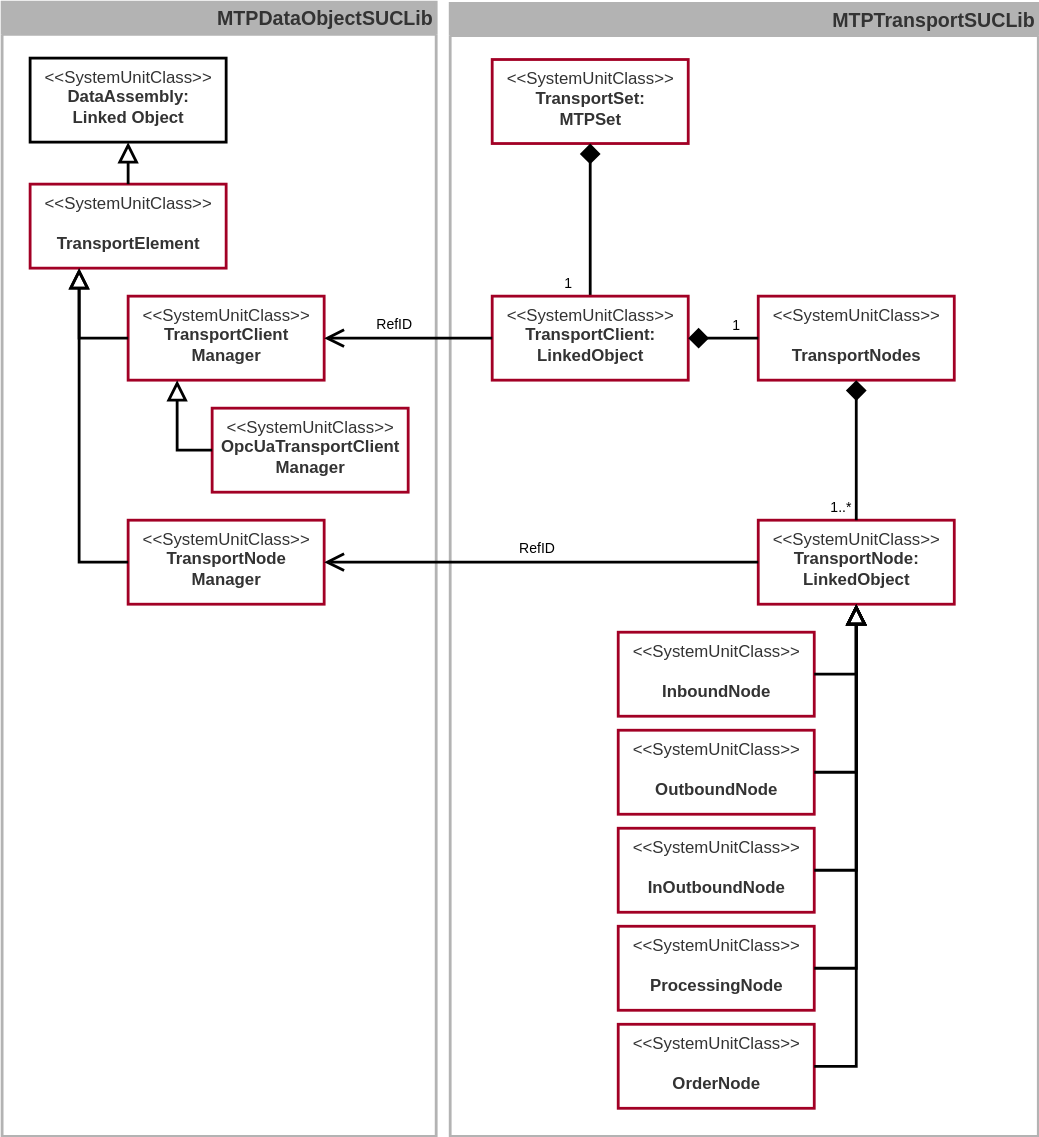
Earlier version of the draw.io export 12_Transport_Aspect/Fig_12.1_SUCs_TransportSet.svg (Blumi102/MTP4Logistics). Source tidied: cells renumbered, new cells last; positions are measured from the earlier drawing's top-left corner, leaving out a move shared by most shapes. Its diagram source:
```xml
<mxGraphModel background="#FFFFFF">
  <root>
    <mxCell id="0" />
    <mxCell id="1" parent="0" />
    <mxCell id="2" value="&lt;font style=&quot;font-size: 14px;&quot;&gt;MTPTransportSUCLib&lt;/font&gt;" style="swimlane;whiteSpace=wrap;html=1;strokeColor=#B3B3B3;fontColor=#333333;fillColor=#B3B3B3;align=right;strokeWidth=2;" parent="1" vertex="1">
      <mxGeometry x="320" y="1" width="420" height="809" as="geometry" />
    </mxCell>
    <mxCell id="3" value="&amp;lt;&amp;lt;SystemUnitClass&amp;gt;&amp;gt;&lt;br&gt;&lt;b&gt;TransportSet:&lt;br&gt;MTPSet&lt;br&gt;&lt;/b&gt;" style="fontStyle=0;align=center;verticalAlign=top;horizontal=1;startSize=70;html=1;rounded=0;fillColor=#FFFFFF;fontColor=#333333;strokeColor=#a20025;strokeWidth=2;" parent="2" vertex="1">
      <mxGeometry x="30" y="40" width="140" height="60" as="geometry" />
    </mxCell>
    <mxCell id="4" value="1" style="endArrow=diamond;html=1;endSize=10;startArrow=none;startSize=14;startFill=0;edgeStyle=orthogonalEdgeStyle;align=left;verticalAlign=bottom;rounded=0;labelBackgroundColor=none;strokeColor=#000000;strokeWidth=2;fontSize=10;fontColor=#000000;endFill=1;entryX=0.5;entryY=1;entryDx=0;entryDy=0;exitX=0.5;exitY=0;exitDx=0;exitDy=0;" parent="2" edge="1" source="5" target="3">
      <mxGeometry x="-1" y="20" relative="1" as="geometry" />
    </mxCell>
    <mxCell id="5" value="&amp;lt;&amp;lt;SystemUnitClass&amp;gt;&amp;gt;&lt;br&gt;&lt;b&gt;TransportClient:&lt;br&gt;LinkedObject&lt;br&gt;&lt;/b&gt;" style="fontStyle=0;align=center;verticalAlign=top;horizontal=1;startSize=70;html=1;rounded=0;fillColor=#FFFFFF;fontColor=#333333;strokeColor=#a20025;strokeWidth=2;" parent="2" vertex="1">
      <mxGeometry x="30" y="209" width="140" height="60" as="geometry" />
    </mxCell>
    <mxCell id="6" value="&amp;lt;&amp;lt;SystemUnitClass&amp;gt;&amp;gt;&lt;br&gt;&lt;b&gt;TransportNode:&lt;br&gt;LinkedObject&lt;br&gt;&lt;/b&gt;" style="fontStyle=0;align=center;verticalAlign=top;horizontal=1;startSize=70;html=1;rounded=0;fillColor=#FFFFFF;fontColor=#333333;strokeColor=#a20025;strokeWidth=2;" parent="2" vertex="1">
      <mxGeometry x="220" y="369" width="140" height="60" as="geometry" />
    </mxCell>
    <mxCell id="7" value="&amp;lt;&amp;lt;SystemUnitClass&amp;gt;&amp;gt;&lt;br&gt;&lt;br&gt;&lt;b&gt;InboundNode&lt;/b&gt;" style="fontStyle=0;align=center;verticalAlign=top;horizontal=1;startSize=70;html=1;rounded=0;fillColor=#FFFFFF;fontColor=#333333;strokeColor=#a20025;strokeWidth=2;" parent="2" vertex="1">
      <mxGeometry x="120" y="449" width="140" height="60" as="geometry" />
    </mxCell>
    <mxCell id="8" value="&amp;lt;&amp;lt;SystemUnitClass&amp;gt;&amp;gt;&lt;br&gt;&lt;br&gt;&lt;b&gt;OutboundNode&lt;/b&gt;" style="fontStyle=0;align=center;verticalAlign=top;horizontal=1;startSize=70;html=1;rounded=0;fillColor=#FFFFFF;fontColor=#333333;strokeColor=#a20025;strokeWidth=2;" parent="2" vertex="1">
      <mxGeometry x="120" y="519" width="140" height="60" as="geometry" />
    </mxCell>
    <mxCell id="9" value="&amp;lt;&amp;lt;SystemUnitClass&amp;gt;&amp;gt;&lt;br&gt;&lt;br&gt;&lt;b&gt;InOutboundNode&lt;/b&gt;" style="fontStyle=0;align=center;verticalAlign=top;horizontal=1;startSize=70;html=1;rounded=0;fillColor=#FFFFFF;fontColor=#333333;strokeColor=#a20025;strokeWidth=2;" parent="2" vertex="1">
      <mxGeometry x="120" y="589" width="140" height="60" as="geometry" />
    </mxCell>
    <mxCell id="10" value="&amp;lt;&amp;lt;SystemUnitClass&amp;gt;&amp;gt;&lt;br&gt;&lt;br&gt;&lt;b&gt;ProcessingNode&lt;/b&gt;" style="fontStyle=0;align=center;verticalAlign=top;horizontal=1;startSize=70;html=1;rounded=0;fillColor=#FFFFFF;fontColor=#333333;strokeColor=#a20025;strokeWidth=2;" parent="2" vertex="1">
      <mxGeometry x="120" y="659" width="140" height="60" as="geometry" />
    </mxCell>
    <mxCell id="11" value="&amp;lt;&amp;lt;SystemUnitClass&amp;gt;&amp;gt;&lt;br&gt;&lt;br&gt;&lt;b&gt;OrderNode&lt;/b&gt;" style="fontStyle=0;align=center;verticalAlign=top;horizontal=1;startSize=70;html=1;rounded=0;fillColor=#FFFFFF;fontColor=#333333;strokeColor=#a20025;strokeWidth=2;" parent="2" vertex="1">
      <mxGeometry x="120" y="729" width="140" height="60" as="geometry" />
    </mxCell>
    <mxCell id="12" style="endArrow=none;endSize=10;endFill=0;html=1;fontSize=10;strokeColor=#000000;entryX=1;entryY=0.5;entryDx=0;entryDy=0;rounded=0;strokeWidth=2;edgeStyle=orthogonalEdgeStyle;startArrow=block;startFill=0;startSize=10;" parent="2" edge="1" target="7">
      <mxGeometry x="0.25" y="20" relative="1" as="geometry">
        <mxPoint x="290" y="429" as="sourcePoint" />
        <Array as="points">
          <mxPoint x="290" y="479" />
        </Array>
      </mxGeometry>
    </mxCell>
    <mxCell id="13" value="&amp;lt;&amp;lt;SystemUnitClass&amp;gt;&amp;gt;&lt;br&gt;&lt;b&gt;&lt;br&gt;TransportNodes&lt;/b&gt;" style="fontStyle=0;align=center;verticalAlign=top;horizontal=1;startSize=70;html=1;rounded=0;fillColor=#FFFFFF;fontColor=#333333;strokeColor=#a20025;strokeWidth=2;" parent="2" vertex="1">
      <mxGeometry x="220" y="209" width="140" height="60" as="geometry" />
    </mxCell>
    <mxCell id="14" value="1" style="endArrow=diamond;html=1;endSize=10;startArrow=none;startSize=14;startFill=0;edgeStyle=orthogonalEdgeStyle;align=left;verticalAlign=bottom;rounded=0;labelBackgroundColor=none;strokeColor=#000000;strokeWidth=2;fontSize=10;fontColor=#000000;endFill=1;entryX=1;entryY=0.5;entryDx=0;entryDy=0;exitX=0;exitY=0.5;exitDx=0;exitDy=0;" parent="2" edge="1" target="5">
      <mxGeometry x="-0.2" relative="1" as="geometry">
        <mxPoint x="220" y="239" as="sourcePoint" />
      </mxGeometry>
    </mxCell>
    <mxCell id="15" value="1..*" style="endArrow=diamond;html=1;endSize=10;startArrow=none;startSize=14;startFill=0;edgeStyle=orthogonalEdgeStyle;align=left;verticalAlign=bottom;rounded=0;labelBackgroundColor=none;strokeColor=#000000;strokeWidth=2;fontSize=10;fontColor=#000000;endFill=1;exitX=0.5;exitY=0;exitDx=0;exitDy=0;entryX=0.5;entryY=1;entryDx=0;entryDy=0;" parent="2" edge="1" source="6" target="13">
      <mxGeometry x="-1" y="20" relative="1" as="geometry" />
    </mxCell>
    <mxCell id="16" style="endArrow=none;endSize=10;endFill=0;html=1;fontSize=10;strokeColor=#000000;entryX=1;entryY=0.5;entryDx=0;entryDy=0;rounded=0;strokeWidth=2;edgeStyle=orthogonalEdgeStyle;startArrow=block;startFill=0;startSize=10;" parent="2" edge="1" target="8">
      <mxGeometry x="0.25" y="20" relative="1" as="geometry">
        <mxPoint x="290" y="429" as="sourcePoint" />
        <Array as="points">
          <mxPoint x="290" y="549" />
        </Array>
      </mxGeometry>
    </mxCell>
    <mxCell id="17" style="endArrow=none;endSize=10;endFill=0;html=1;fontSize=10;strokeColor=#000000;entryX=1;entryY=0.5;entryDx=0;entryDy=0;rounded=0;strokeWidth=2;edgeStyle=orthogonalEdgeStyle;startArrow=block;startFill=0;startSize=10;" parent="2" edge="1" target="9">
      <mxGeometry x="0.25" y="20" relative="1" as="geometry">
        <mxPoint x="290" y="429" as="sourcePoint" />
        <Array as="points">
          <mxPoint x="290" y="619" />
        </Array>
      </mxGeometry>
    </mxCell>
    <mxCell id="18" style="endArrow=none;endSize=10;endFill=0;html=1;fontSize=10;strokeColor=#000000;entryX=1;entryY=0.5;entryDx=0;entryDy=0;rounded=0;strokeWidth=2;edgeStyle=orthogonalEdgeStyle;startArrow=block;startFill=0;startSize=10;" parent="2" edge="1" target="10">
      <mxGeometry x="0.25" y="20" relative="1" as="geometry">
        <mxPoint x="290" y="429" as="sourcePoint" />
        <Array as="points">
          <mxPoint x="290" y="689" />
        </Array>
      </mxGeometry>
    </mxCell>
    <mxCell id="19" style="endArrow=none;endSize=10;endFill=0;html=1;fontSize=10;strokeColor=#000000;entryX=1;entryY=0.5;entryDx=0;entryDy=0;rounded=0;strokeWidth=2;edgeStyle=orthogonalEdgeStyle;startArrow=block;startFill=0;startSize=10;exitX=0.5;exitY=1;exitDx=0;exitDy=0;" parent="2" edge="1" source="6" target="11">
      <mxGeometry x="0.25" y="20" relative="1" as="geometry">
        <Array as="points">
          <mxPoint x="290" y="759" />
        </Array>
      </mxGeometry>
    </mxCell>
    <mxCell id="20" value="&lt;font style=&quot;font-size: 14px;&quot;&gt;MTPDataObjectSUCLib&lt;/font&gt;" style="swimlane;whiteSpace=wrap;html=1;strokeColor=#B3B3B3;fontColor=#333333;fillColor=#B3B3B3;align=right;strokeWidth=2;" parent="1" vertex="1">
      <mxGeometry width="310" height="810" as="geometry" />
    </mxCell>
    <mxCell id="21" value="&amp;lt;&amp;lt;SystemUnitClass&amp;gt;&amp;gt;&lt;br&gt;&lt;b&gt;DataAssembly:&lt;br&gt;Linked Object&lt;/b&gt;" style="fontStyle=0;align=center;verticalAlign=top;horizontal=1;startSize=70;html=1;rounded=0;fillColor=#FFFFFF;fontColor=#333333;strokeColor=#000000;strokeWidth=2;" parent="20" vertex="1">
      <mxGeometry x="20" y="40" width="140" height="60" as="geometry" />
    </mxCell>
    <mxCell id="22" value="&amp;lt;&amp;lt;SystemUnitClass&amp;gt;&amp;gt;&lt;br&gt;&lt;b&gt;TransportClient&lt;br&gt;Manager&lt;br&gt;&lt;/b&gt;" style="fontStyle=0;align=center;verticalAlign=top;horizontal=1;startSize=70;html=1;rounded=0;fillColor=#FFFFFF;fontColor=#333333;strokeColor=#a20025;strokeWidth=2;" parent="20" vertex="1">
      <mxGeometry x="90" y="210" width="140" height="60" as="geometry" />
    </mxCell>
    <mxCell id="23" value="&amp;lt;&amp;lt;SystemUnitClass&amp;gt;&amp;gt;&lt;br&gt;&lt;b&gt;TransportNode&lt;br&gt;Manager&lt;br&gt;&lt;/b&gt;" style="fontStyle=0;align=center;verticalAlign=top;horizontal=1;startSize=70;html=1;rounded=0;fillColor=#FFFFFF;fontColor=#333333;strokeColor=#a20025;strokeWidth=2;" parent="20" vertex="1">
      <mxGeometry x="90" y="370" width="140" height="60" as="geometry" />
    </mxCell>
    <mxCell id="24" value="&amp;lt;&amp;lt;SystemUnitClass&amp;gt;&amp;gt;&lt;br&gt;&lt;b&gt;&lt;br&gt;TransportElement&lt;/b&gt;" style="fontStyle=0;align=center;verticalAlign=top;horizontal=1;startSize=70;html=1;rounded=0;fillColor=#FFFFFF;fontColor=#333333;strokeColor=#a20025;strokeWidth=2;" parent="20" vertex="1">
      <mxGeometry x="20" y="130" width="140" height="60" as="geometry" />
    </mxCell>
    <mxCell id="25" style="endArrow=block;endSize=10;endFill=0;html=1;fontSize=10;strokeColor=#000000;entryX=0.5;entryY=1;entryDx=0;entryDy=0;rounded=0;exitX=0.5;exitY=0;exitDx=0;exitDy=0;strokeWidth=2;" parent="20" edge="1" source="24" target="21">
      <mxGeometry x="0.25" y="20" relative="1" as="geometry" />
    </mxCell>
    <mxCell id="26" style="endArrow=block;endSize=10;endFill=0;html=1;fontSize=10;strokeColor=#000000;rounded=0;exitX=0;exitY=0.5;exitDx=0;exitDy=0;strokeWidth=2;edgeStyle=orthogonalEdgeStyle;entryX=0.25;entryY=1;entryDx=0;entryDy=0;" parent="20" edge="1" source="23" target="24">
      <mxGeometry x="0.25" y="20" relative="1" as="geometry">
        <Array as="points">
          <mxPoint x="55" y="400" />
        </Array>
      </mxGeometry>
    </mxCell>
    <mxCell id="27" style="endArrow=block;endSize=10;endFill=0;html=1;fontSize=10;strokeColor=#000000;rounded=0;exitX=0;exitY=0.5;exitDx=0;exitDy=0;strokeWidth=2;edgeStyle=orthogonalEdgeStyle;entryX=0.25;entryY=1;entryDx=0;entryDy=0;" parent="20" edge="1" source="22" target="24">
      <mxGeometry x="0.25" y="20" relative="1" as="geometry">
        <Array as="points">
          <mxPoint x="55" y="240" />
        </Array>
      </mxGeometry>
    </mxCell>
    <mxCell id="28" value="&amp;lt;&amp;lt;SystemUnitClass&amp;gt;&amp;gt;&lt;br&gt;&lt;b&gt;OpcUaTransportClient&lt;br&gt;Manager&lt;br&gt;&lt;/b&gt;" style="fontStyle=0;align=center;verticalAlign=top;horizontal=1;startSize=70;html=1;rounded=0;fillColor=#FFFFFF;fontColor=#333333;strokeColor=#a20025;strokeWidth=2;" parent="20" vertex="1">
      <mxGeometry x="150" y="290" width="140" height="60" as="geometry" />
    </mxCell>
    <mxCell id="29" style="endArrow=block;endSize=10;endFill=0;html=1;fontSize=10;strokeColor=#000000;rounded=0;exitX=0;exitY=0.5;exitDx=0;exitDy=0;strokeWidth=2;edgeStyle=orthogonalEdgeStyle;entryX=0.25;entryY=1;entryDx=0;entryDy=0;" parent="20" edge="1" source="28" target="22">
      <mxGeometry x="0.25" y="20" relative="1" as="geometry">
        <Array as="points">
          <mxPoint x="125" y="320" />
        </Array>
      </mxGeometry>
    </mxCell>
    <mxCell id="30" value="RefID" style="endArrow=open;endSize=10;endFill=0;html=1;fontSize=10;strokeColor=#000000;entryX=1;entryY=0.5;entryDx=0;entryDy=0;rounded=0;exitX=0;exitY=0.5;exitDx=0;exitDy=0;strokeWidth=2;labelBackgroundColor=#FFFFFF;fontColor=#000000;" parent="1" edge="1" source="5" target="22">
      <mxGeometry x="0.17" y="-10" relative="1" as="geometry" />
    </mxCell>
    <mxCell id="31" value="RefID" style="endArrow=open;endSize=10;endFill=0;html=1;fontSize=10;strokeColor=#000000;entryX=1;entryY=0.5;entryDx=0;entryDy=0;rounded=0;strokeWidth=2;labelBackgroundColor=#FFFFFF;fontColor=#000000;exitX=0;exitY=0.5;exitDx=0;exitDy=0;" parent="1" edge="1" target="23">
      <mxGeometry x="0.02" y="-10" relative="1" as="geometry">
        <mxPoint x="540" y="400" as="sourcePoint" />
      </mxGeometry>
    </mxCell>
  </root>
</mxGraphModel>
```
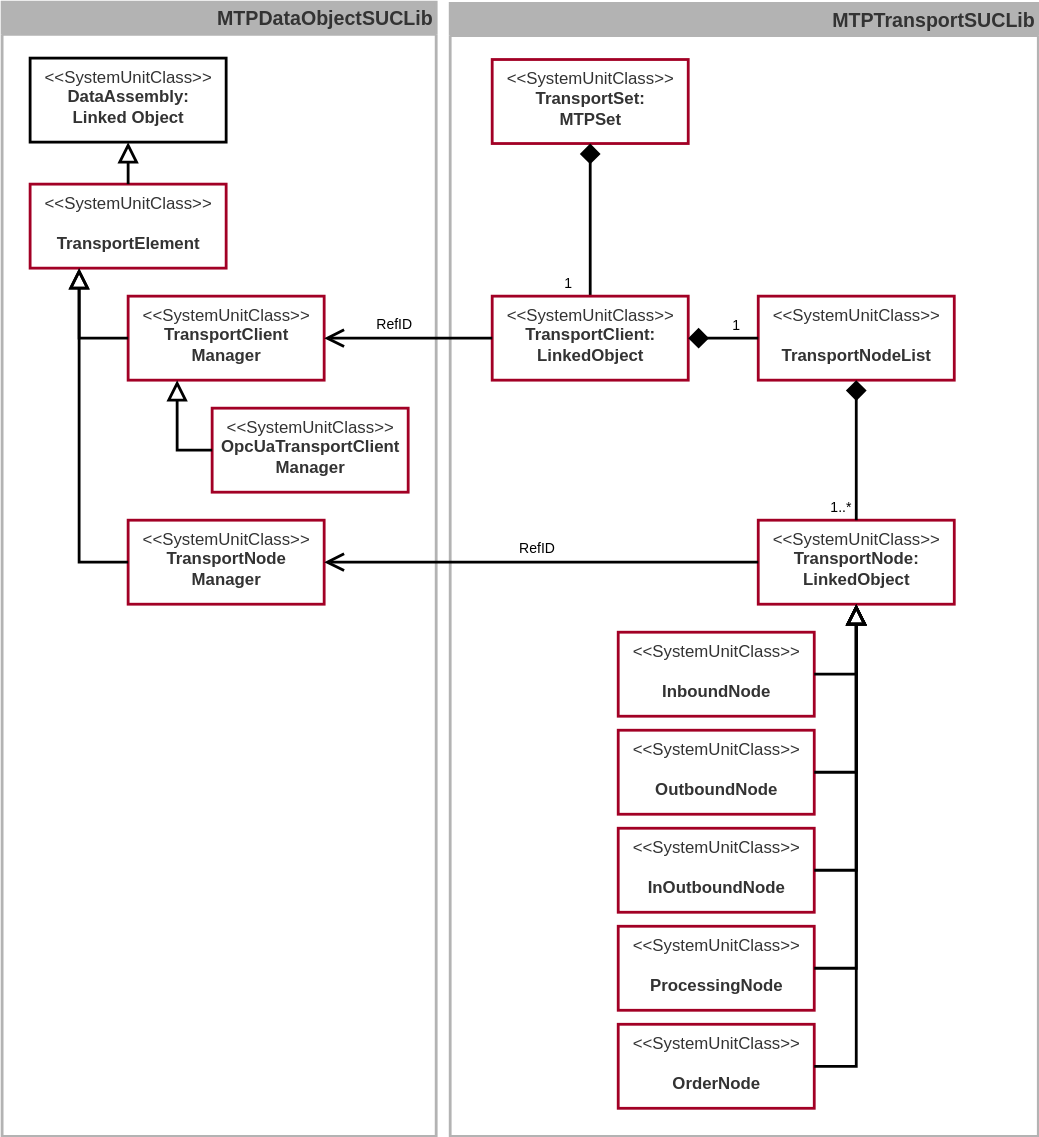
Above is the later version.

Diff of the diagram source:
```diff
@@ -40,7 +40,7 @@
         </Array>
       </mxGeometry>
     </mxCell>
-    <mxCell id="13" value="&amp;lt;&amp;lt;SystemUnitClass&amp;gt;&amp;gt;&lt;br&gt;&lt;b&gt;&lt;br&gt;TransportNodes&lt;/b&gt;" style="fontStyle=0;align=center;verticalAlign=top;horizontal=1;startSize=70;html=1;rounded=0;fillColor=#FFFFFF;fontColor=#333333;strokeColor=#a20025;strokeWidth=2;" parent="2" vertex="1">
+    <mxCell id="13" value="&amp;lt;&amp;lt;SystemUnitClass&amp;gt;&amp;gt;&lt;br&gt;&lt;b&gt;&lt;br&gt;TransportNodeList&lt;/b&gt;" style="fontStyle=0;align=center;verticalAlign=top;horizontal=1;startSize=70;html=1;rounded=0;fillColor=#FFFFFF;fontColor=#333333;strokeColor=#a20025;strokeWidth=2;" parent="2" vertex="1">
       <mxGeometry x="220" y="209" width="140" height="60" as="geometry" />
     </mxCell>
     <mxCell id="14" value="1" style="endArrow=diamond;html=1;endSize=10;startArrow=none;startSize=14;startFill=0;edgeStyle=orthogonalEdgeStyle;align=left;verticalAlign=bottom;rounded=0;labelBackgroundColor=none;strokeColor=#000000;strokeWidth=2;fontSize=10;fontColor=#000000;endFill=1;entryX=1;entryY=0.5;entryDx=0;entryDy=0;exitX=0;exitY=0.5;exitDx=0;exitDy=0;" parent="2" edge="1" target="5">
```
